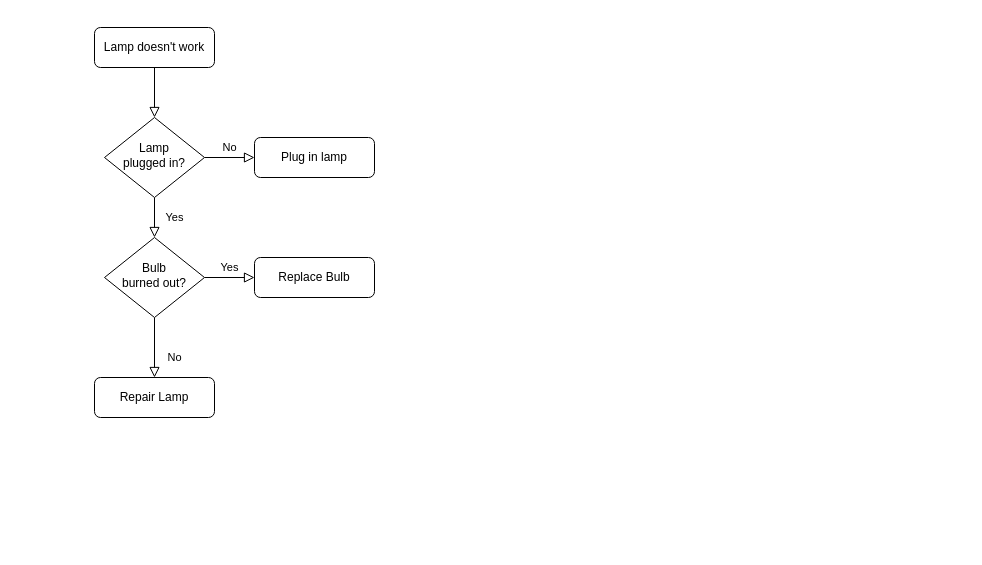
Earlier version of the draw.io diagram page "Server Logic" (1 of 2) of Untitled Diagram.drawio (Z0rb14n/ServerClientHearts). Source tidied: cells renumbered, new cells numbered last; positions are measured from the earlier drawing's top-left corner, leaving out a move shared by most shapes. Both pictures are drawn from the tidied source at 100%, with x=0, y=0 at pixel (94, 27).
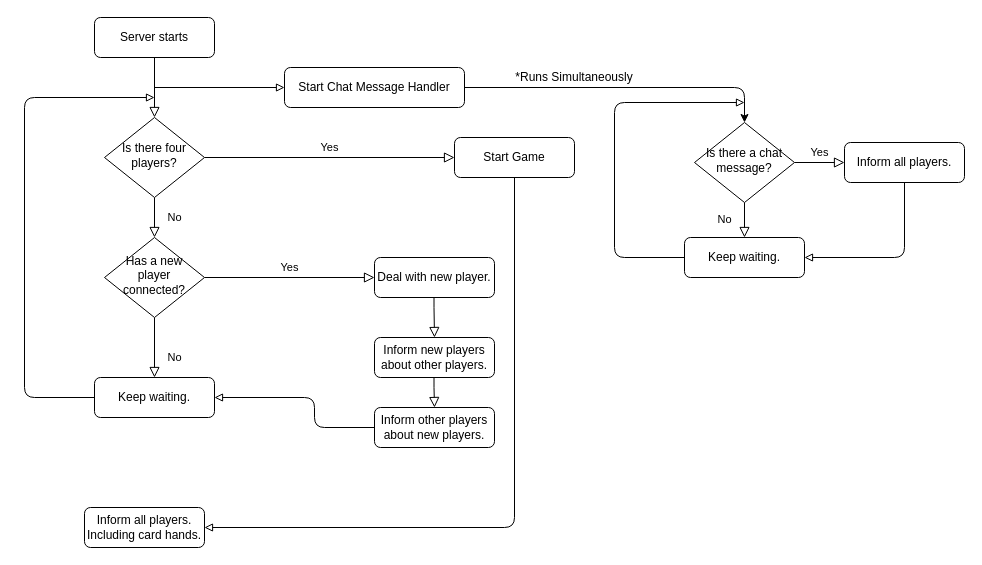
The same page after the edit.

Commit message (it also covers changes not shown here):
updated random flowchart

Diff of the diagram source:
```diff
@@
-    <mxCell id="3" value="Lamp doesn't work" style="rounded=1;whiteSpace=wrap;html=1;fontSize=12;glass=0;strokeWidth=1;shadow=0;" parent="1" vertex="1">
-      <mxGeometry width="120" height="40" as="geometry" />
+    <mxCell id="3" value="Server starts" style="rounded=1;whiteSpace=wrap;html=1;fontSize=12;glass=0;strokeWidth=1;shadow=0;" parent="1" vertex="1">
+      <mxGeometry y="-10" width="120" height="40" as="geometry" />
     </mxCell>
-    <mxCell id="4" value="Yes" style="rounded=0;html=1;jettySize=auto;fontSize=11;endArrow=block;endFill=0;endSize=8;strokeWidth=1;shadow=0;labelBackgroundColor=none;edgeStyle=orthogonalEdgeStyle;" parent="1" edge="1" source="6" target="10">
+    <mxCell id="4" value="No" style="rounded=0;html=1;jettySize=auto;fontSize=11;endArrow=block;endFill=0;endSize=8;strokeWidth=1;shadow=0;labelBackgroundColor=none;edgeStyle=orthogonalEdgeStyle;" parent="1" edge="1" source="6" target="10">
       <mxGeometry y="20" relative="1" as="geometry" />
     </mxCell>
-    <mxCell id="5" value="No" style="edgeStyle=orthogonalEdgeStyle;rounded=0;html=1;jettySize=auto;fontSize=11;endArrow=block;endFill=0;endSize=8;strokeWidth=1;shadow=0;labelBackgroundColor=none;" parent="1" edge="1" source="6" target="7">
+    <mxCell id="5" value="Yes" style="edgeStyle=orthogonalEdgeStyle;rounded=0;html=1;jettySize=auto;fontSize=11;endArrow=block;endFill=0;endSize=8;strokeWidth=1;shadow=0;labelBackgroundColor=none;" parent="1" edge="1" source="6" target="7">
       <mxGeometry y="10" relative="1" as="geometry" />
     </mxCell>
-    <mxCell id="6" value="Lamp&lt;br&gt;plugged in?" style="rhombus;whiteSpace=wrap;html=1;shadow=0;fontFamily=Helvetica;fontSize=12;align=center;strokeWidth=1;spacing=6;spacingTop=-4;" parent="1" vertex="1">
+    <mxCell id="6" value="Is there four players?" style="rhombus;whiteSpace=wrap;html=1;shadow=0;fontFamily=Helvetica;fontSize=12;align=center;strokeWidth=1;spacing=6;spacingTop=-4;" parent="1" vertex="1">
       <mxGeometry x="10" y="90" width="100" height="80" as="geometry" />
     </mxCell>
-    <mxCell id="7" value="Plug in lamp" style="rounded=1;whiteSpace=wrap;html=1;fontSize=12;glass=0;strokeWidth=1;shadow=0;" parent="1" vertex="1">
-      <mxGeometry x="160" y="110" width="120" height="40" as="geometry" />
+    <mxCell id="7" value="Start Game" style="rounded=1;whiteSpace=wrap;html=1;fontSize=12;glass=0;strokeWidth=1;shadow=0;" parent="1" vertex="1">
+      <mxGeometry x="360" y="110" width="120" height="40" as="geometry" />
     </mxCell>
@@
-    <mxCell id="10" value="Bulb&lt;br&gt;burned out?" style="rhombus;whiteSpace=wrap;html=1;shadow=0;fontFamily=Helvetica;fontSize=12;align=center;strokeWidth=1;spacing=6;spacingTop=-4;" parent="1" vertex="1">
+    <mxCell id="10" value="Has a new player connected?" style="rhombus;whiteSpace=wrap;html=1;shadow=0;fontFamily=Helvetica;fontSize=12;align=center;strokeWidth=1;spacing=6;spacingTop=-4;" parent="1" vertex="1">
       <mxGeometry x="10" y="210" width="100" height="80" as="geometry" />
     </mxCell>
-    <mxCell id="11" value="Repair Lamp" style="rounded=1;whiteSpace=wrap;html=1;fontSize=12;glass=0;strokeWidth=1;shadow=0;" parent="1" vertex="1">
+    <mxCell id="11" value="Keep waiting." style="rounded=1;whiteSpace=wrap;html=1;fontSize=12;glass=0;strokeWidth=1;shadow=0;" parent="1" vertex="1">
       <mxGeometry y="350" width="120" height="40" as="geometry" />
     </mxCell>
-    <mxCell id="12" value="Replace Bulb" style="rounded=1;whiteSpace=wrap;html=1;fontSize=12;glass=0;strokeWidth=1;shadow=0;" parent="1" vertex="1">
-      <mxGeometry x="160" y="230" width="120" height="40" as="geometry" />
+    <mxCell id="12" value="Deal with new player." style="rounded=1;whiteSpace=wrap;html=1;fontSize=12;glass=0;strokeWidth=1;shadow=0;" parent="1" vertex="1">
+      <mxGeometry x="280" y="230" width="120" height="40" as="geometry" />
     </mxCell>
+    <mxCell id="13" style="endArrow=block;html=1;exitX=0;exitY=0.5;exitDx=0;exitDy=0;endFill=0;" parent="1" edge="1" source="11">
+      <mxGeometry relative="1" as="geometry">
+        <mxPoint x="60" y="70" as="targetPoint" />
+        <Array as="points">
+          <mxPoint x="-70" y="370" />
+          <mxPoint x="-70" y="70" />
+        </Array>
+      </mxGeometry>
+    </mxCell>
+    <mxCell id="14" value="Inform new players about other players." style="rounded=1;whiteSpace=wrap;html=1;fontSize=12;glass=0;strokeWidth=1;shadow=0;" parent="1" vertex="1">
+      <mxGeometry x="280" y="310" width="120" height="40" as="geometry" />
+    </mxCell>
+    <mxCell id="15" value="Inform other players about new players." style="rounded=1;whiteSpace=wrap;html=1;fontSize=12;glass=0;strokeWidth=1;shadow=0;" parent="1" vertex="1">
+      <mxGeometry x="280" y="380" width="120" height="40" as="geometry" />
+    </mxCell>
+    <mxCell id="16" style="rounded=0;html=1;jettySize=auto;orthogonalLoop=1;fontSize=11;endArrow=block;endFill=0;endSize=8;strokeWidth=1;shadow=0;labelBackgroundColor=none;edgeStyle=orthogonalEdgeStyle;" parent="1" edge="1">
+      <mxGeometry x="0.33" y="20" relative="1" as="geometry">
+        <mxPoint x="339.5" y="270" as="sourcePoint" />
+        <mxPoint x="340" y="310" as="targetPoint" />
+        <Array as="points">
+          <mxPoint x="340" y="280" />
+          <mxPoint x="340" y="280" />
+        </Array>
+      </mxGeometry>
+    </mxCell>
+    <mxCell id="17" style="rounded=0;html=1;jettySize=auto;orthogonalLoop=1;fontSize=11;endArrow=block;endFill=0;endSize=8;strokeWidth=1;shadow=0;labelBackgroundColor=none;edgeStyle=orthogonalEdgeStyle;" parent="1" edge="1">
+      <mxGeometry x="0.33" y="20" relative="1" as="geometry">
+        <mxPoint x="339.5" y="350" as="sourcePoint" />
+        <mxPoint x="340" y="380" as="targetPoint" />
+        <Array as="points">
+          <mxPoint x="340" y="360" />
+          <mxPoint x="340" y="360" />
+        </Array>
+      </mxGeometry>
+    </mxCell>
+    <mxCell id="18" style="endArrow=block;html=1;exitX=0;exitY=0.5;exitDx=0;exitDy=0;entryX=1;entryY=0.5;entryDx=0;entryDy=0;endFill=0;" parent="1" edge="1" source="15" target="11">
+      <mxGeometry relative="1" as="geometry">
+        <Array as="points">
+          <mxPoint x="220" y="400" />
+          <mxPoint x="220" y="370" />
+        </Array>
+      </mxGeometry>
+    </mxCell>
+    <mxCell id="19" value="No" style="rounded=0;html=1;jettySize=auto;fontSize=11;endArrow=block;endFill=0;endSize=8;strokeWidth=1;shadow=0;labelBackgroundColor=none;edgeStyle=orthogonalEdgeStyle;entryX=0.5;entryY=0;entryDx=0;entryDy=0;" parent="1" edge="1" source="21" target="23">
+      <mxGeometry y="20" relative="1" as="geometry" />
+    </mxCell>
+    <mxCell id="20" value="Yes" style="edgeStyle=orthogonalEdgeStyle;rounded=0;html=1;jettySize=auto;fontSize=11;endArrow=block;endFill=0;endSize=8;strokeWidth=1;shadow=0;labelBackgroundColor=none;" parent="1" edge="1" source="21" target="22">
+      <mxGeometry y="10" relative="1" as="geometry" />
+    </mxCell>
+    <mxCell id="21" value="Is there a chat message?" style="rhombus;whiteSpace=wrap;html=1;shadow=0;fontFamily=Helvetica;fontSize=12;align=center;strokeWidth=1;spacing=6;spacingTop=-4;" parent="1" vertex="1">
+      <mxGeometry x="600" y="95" width="100" height="80" as="geometry" />
+    </mxCell>
+    <mxCell id="22" value="Inform all players." style="rounded=1;whiteSpace=wrap;html=1;fontSize=12;glass=0;strokeWidth=1;shadow=0;" parent="1" vertex="1">
+      <mxGeometry x="750" y="115" width="120" height="40" as="geometry" />
+    </mxCell>
+    <mxCell id="23" value="Keep waiting." style="rounded=1;whiteSpace=wrap;html=1;fontSize=12;glass=0;strokeWidth=1;shadow=0;" parent="1" vertex="1">
+      <mxGeometry x="590" y="210" width="120" height="40" as="geometry" />
+    </mxCell>
+    <mxCell id="24" style="endArrow=block;html=1;exitX=0;exitY=0.5;exitDx=0;exitDy=0;endFill=0;" parent="1" edge="1" source="23">
+      <mxGeometry relative="1" as="geometry">
+        <mxPoint x="650" y="75" as="targetPoint" />
+        <Array as="points">
+          <mxPoint x="520" y="230" />
+          <mxPoint x="520" y="75" />
+        </Array>
+      </mxGeometry>
+    </mxCell>
+    <mxCell id="25" style="endArrow=block;html=1;exitX=0.5;exitY=1;exitDx=0;exitDy=0;entryX=1;entryY=0.5;entryDx=0;entryDy=0;endFill=0;" parent="1" edge="1" source="22" target="23">
+      <mxGeometry relative="1" as="geometry">
+        <Array as="points">
+          <mxPoint x="810" y="230" />
+        </Array>
+      </mxGeometry>
+    </mxCell>
+    <mxCell id="26" style="endArrow=classic;html=1;entryX=0.5;entryY=0;entryDx=0;entryDy=0;" parent="1" edge="1" target="21">
+      <mxGeometry relative="1" as="geometry">
+        <mxPoint x="370" y="60" as="sourcePoint" />
+        <Array as="points">
+          <mxPoint x="650" y="60" />
+        </Array>
+      </mxGeometry>
+    </mxCell>
+    <mxCell id="27" value="Start Chat Message Handler" style="rounded=1;whiteSpace=wrap;html=1;fontSize=12;glass=0;strokeWidth=1;shadow=0;" parent="1" vertex="1">
+      <mxGeometry x="190" y="40" width="180" height="40" as="geometry" />
+    </mxCell>
+    <mxCell id="28" style="endArrow=block;html=1;entryX=0;entryY=0.5;entryDx=0;entryDy=0;endFill=0;" parent="1" edge="1" target="27">
+      <mxGeometry relative="1" as="geometry">
+        <mxPoint x="60" y="60" as="sourcePoint" />
+      </mxGeometry>
+    </mxCell>
+    <mxCell id="29" value="*Runs Simultaneously" style="text;html=1;strokeColor=none;fillColor=none;align=center;verticalAlign=middle;whiteSpace=wrap;rounded=0;" parent="1" vertex="1">
+      <mxGeometry x="420" y="40" width="120" height="20" as="geometry" />
+    </mxCell>
+    <mxCell id="30" style="endArrow=block;html=1;exitX=0.5;exitY=1;exitDx=0;exitDy=0;endFill=0;entryX=1;entryY=0.5;entryDx=0;entryDy=0;" parent="1" edge="1" source="7" target="31">
+      <mxGeometry relative="1" as="geometry">
+        <Array as="points">
+          <mxPoint x="420" y="500" />
+        </Array>
+      </mxGeometry>
+    </mxCell>
+    <mxCell id="31" value="Inform all players.&lt;br&gt;Including card hands." style="rounded=1;whiteSpace=wrap;html=1;fontSize=12;glass=0;strokeWidth=1;shadow=0;" parent="1" vertex="1">
+      <mxGeometry x="-10" y="480" width="120" height="40" as="geometry" />
+    </mxCell>
```
